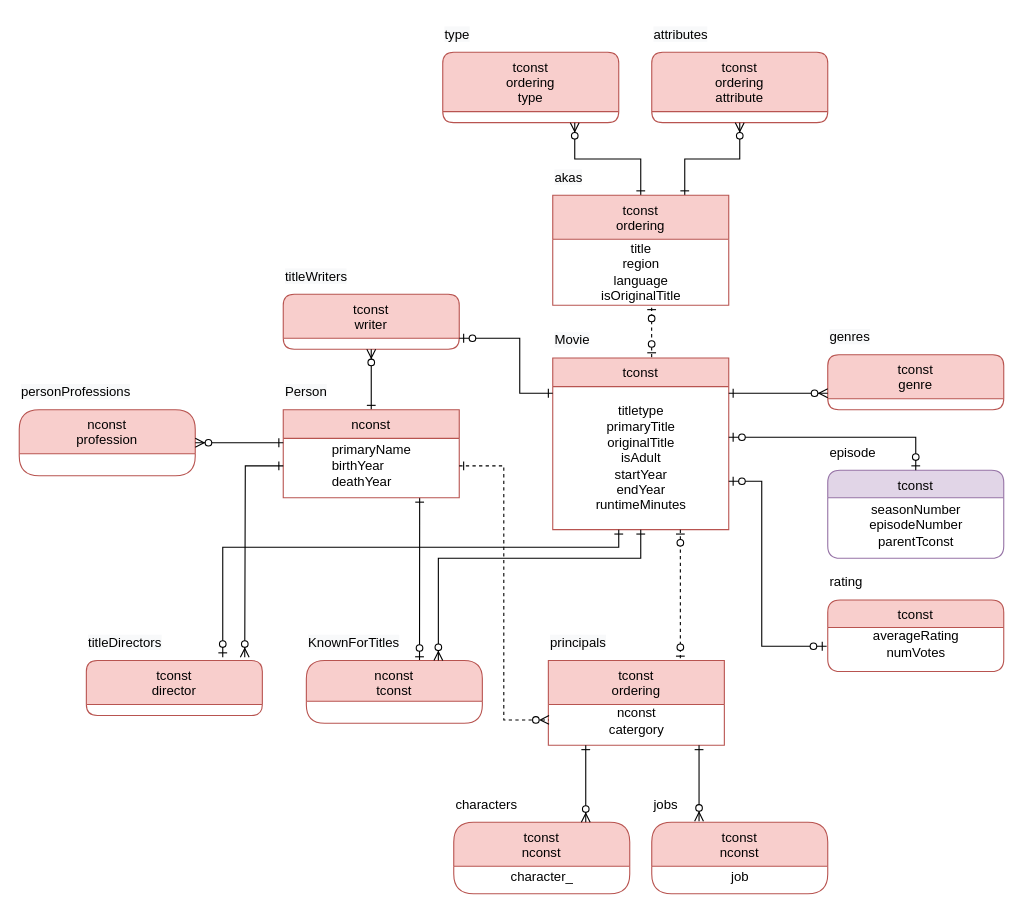
The draw.io diagram db.drawio in inuinseoul/python_mysql-imdb-project, before the edit. Source tidied: cells renumbered, new cells numbered last; positions are measured from the earlier drawing's top-left corner, leaving out a move shared by most shapes. Both pictures are drawn from the tidied source at 110%, with x=0, y=0 at pixel (19, 19).
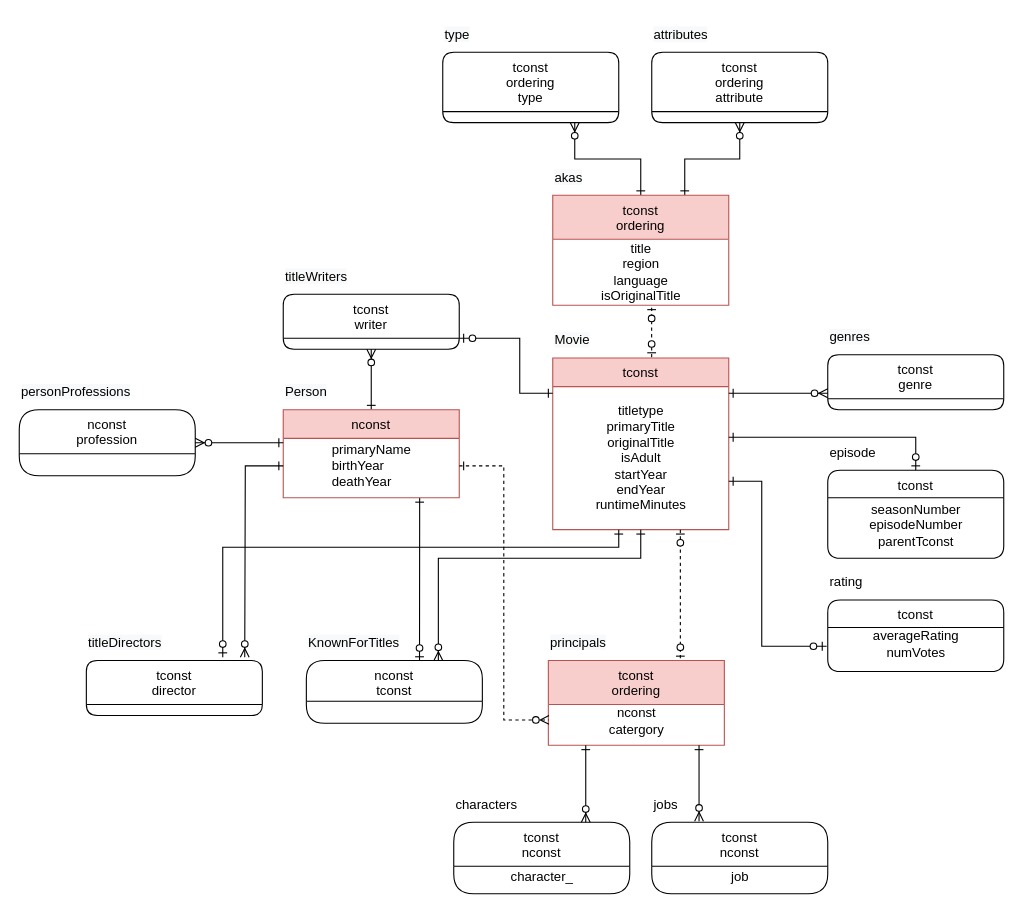
Above is the later version.

The change refers to these unchanged cells:
```xml
<mxCell id="4" value="&lt;span&gt;&lt;br&gt;titletype&lt;/span&gt;&lt;br style=&quot;padding: 0px ; margin: 0px&quot;&gt;&lt;span&gt;primaryTitle&lt;/span&gt;&lt;br style=&quot;padding: 0px ; margin: 0px&quot;&gt;&lt;span&gt;originalTitle&lt;/span&gt;&lt;br style=&quot;padding: 0px ; margin: 0px&quot;&gt;&lt;span&gt;isAdult&lt;/span&gt;&lt;br style=&quot;padding: 0px ; margin: 0px&quot;&gt;&lt;span&gt;startYear&lt;/span&gt;&lt;br style=&quot;padding: 0px ; margin: 0px&quot;&gt;&lt;span&gt;endYear&lt;/span&gt;&lt;br style=&quot;padding: 0px ; margin: 0px&quot;&gt;&lt;span&gt;runtimeMinutes&lt;br&gt;&lt;/span&gt;&lt;div&gt;&lt;br&gt;&lt;/div&gt;" style="text;html=1;align=center;verticalAlign=middle;points=[];strokeColor=none;" parent="3" vertex="1">
  <mxGeometry y="26" width="160" height="130" as="geometry" />
</mxCell>
```

What changed in the source:
```diff
@@
-    <mxCell id="6" value="tconst&#10;genre" style="swimlane;fontStyle=0;align=center;verticalAlign=top;horizontal=1;startSize=40;rounded=1;shadow=0;strokeWidth=1;fillColor=#f8cecc;strokeColor=#b85450;" parent="1" vertex="1">
+    <mxCell id="6" value="tconst&#10;genre" style="swimlane;fontStyle=0;align=center;verticalAlign=top;horizontal=1;startSize=40;rounded=1;shadow=0;strokeWidth=1;" parent="1" vertex="1">
       <mxGeometry x="735" y="305" width="160" height="50" as="geometry" />
     </mxCell>
@@
-    <mxCell id="9" value="tconst&#10;ordering&#10;attribute" style="swimlane;fontStyle=0;align=center;verticalAlign=top;horizontal=1;startSize=54;rounded=1;shadow=0;strokeWidth=1;fillColor=#f8cecc;strokeColor=#b85450;" parent="1" vertex="1">
+    <mxCell id="9" value="tconst&#10;ordering&#10;attribute" style="swimlane;fontStyle=0;align=center;verticalAlign=top;horizontal=1;startSize=54;rounded=1;shadow=0;strokeWidth=1;" parent="1" vertex="1">
       <mxGeometry x="575" y="30" width="160" height="64" as="geometry" />
     </mxCell>
@@
-    <mxCell id="11" value="tconst&#10;ordering&#10;type" style="swimlane;fontStyle=0;align=center;verticalAlign=top;horizontal=1;startSize=54;rounded=1;shadow=0;strokeWidth=1;fillColor=#f8cecc;strokeColor=#b85450;" parent="1" vertex="1">
+    <mxCell id="11" value="tconst&#10;ordering&#10;type" style="swimlane;fontStyle=0;align=center;verticalAlign=top;horizontal=1;startSize=54;rounded=1;shadow=0;strokeWidth=1;" parent="1" vertex="1">
       <mxGeometry x="385" y="30" width="160" height="64" as="geometry" />
     </mxCell>
-    <mxCell id="12" value="tconst&#10;director" style="swimlane;fontStyle=0;align=center;verticalAlign=top;horizontal=1;startSize=40;rounded=1;shadow=0;strokeWidth=1;fillColor=#f8cecc;strokeColor=#b85450;" parent="1" vertex="1">
+    <mxCell id="12" value="tconst&#10;director" style="swimlane;fontStyle=0;align=center;verticalAlign=top;horizontal=1;startSize=40;rounded=1;shadow=0;strokeWidth=1;" parent="1" vertex="1">
       <mxGeometry x="61" y="583" width="160" height="50" as="geometry" />
     </mxCell>
@@
-    <mxCell id="14" value="tconst&#10;writer" style="swimlane;fontStyle=0;align=center;verticalAlign=top;horizontal=1;startSize=40;rounded=1;shadow=0;strokeWidth=1;fillColor=#f8cecc;strokeColor=#b85450;" parent="1" vertex="1">
+    <mxCell id="14" value="tconst&#10;writer" style="swimlane;fontStyle=0;align=center;verticalAlign=top;horizontal=1;startSize=40;rounded=1;shadow=0;strokeWidth=1;" parent="1" vertex="1">
       <mxGeometry x="240" y="250" width="160" height="50" as="geometry" />
     </mxCell>
@@
-    <mxCell id="29" value="nconst&#10;tconst" style="swimlane;fontStyle=0;align=center;verticalAlign=top;horizontal=1;startSize=37;rounded=1;shadow=0;strokeWidth=1;fillColor=#f8cecc;strokeColor=#b85450;" parent="1" vertex="1">
+    <mxCell id="29" value="nconst&#10;tconst" style="swimlane;fontStyle=0;align=center;verticalAlign=top;horizontal=1;startSize=37;rounded=1;shadow=0;strokeWidth=1;" parent="1" vertex="1">
       <mxGeometry x="261" y="583" width="160" height="57" as="geometry" />
     </mxCell>
@@
-    <mxCell id="32" value="nconst&#10;profession&#10;" style="swimlane;fontStyle=0;align=center;verticalAlign=top;horizontal=1;startSize=40;rounded=1;shadow=0;strokeWidth=1;fillColor=#f8cecc;strokeColor=#b85450;" parent="1" vertex="1">
+    <mxCell id="32" value="nconst&#10;profession&#10;" style="swimlane;fontStyle=0;align=center;verticalAlign=top;horizontal=1;startSize=40;rounded=1;shadow=0;strokeWidth=1;" parent="1" vertex="1">
       <mxGeometry y="355" width="160" height="60" as="geometry" />
     </mxCell>
@@
-    <mxCell id="43" value="tconst" style="swimlane;fontStyle=0;align=center;verticalAlign=top;horizontal=1;startSize=25;rounded=1;shadow=0;strokeWidth=1;fillColor=#e1d5e7;strokeColor=#9673a6;" parent="1" vertex="1">
+    <mxCell id="43" value="tconst" style="swimlane;fontStyle=0;align=center;verticalAlign=top;horizontal=1;startSize=25;rounded=1;shadow=0;strokeWidth=1;" parent="1" vertex="1">
       <mxGeometry x="735" y="410" width="160" height="80" as="geometry" />
     </mxCell>
@@
-    <mxCell id="47" value="tconst" style="swimlane;fontStyle=0;align=center;verticalAlign=top;horizontal=1;startSize=25;rounded=1;shadow=0;strokeWidth=1;fillColor=#f8cecc;strokeColor=#b85450;" parent="1" vertex="1">
+    <mxCell id="47" value="tconst" style="swimlane;fontStyle=0;align=center;verticalAlign=top;horizontal=1;startSize=25;rounded=1;shadow=0;strokeWidth=1;" parent="1" vertex="1">
       <mxGeometry x="735" y="528" width="160" height="65" as="geometry" />
     </mxCell>
@@
-    <mxCell id="49" style="edgeStyle=orthogonalEdgeStyle;rounded=0;jettySize=auto;html=1;entryX=0.5;entryY=0;entryDx=0;entryDy=0;endArrow=ERzeroToOne;endFill=1;startArrow=ERzeroToOne;startFill=1;" parent="1" edge="1" source="4" target="43">
+    <mxCell id="49" style="edgeStyle=orthogonalEdgeStyle;rounded=0;jettySize=auto;html=1;entryX=0.5;entryY=0;entryDx=0;entryDy=0;endArrow=ERzeroToOne;endFill=1;startArrow=ERone;startFill=0;" parent="1" edge="1" source="4" target="43">
       <mxGeometry relative="1" as="geometry">
         <Array as="points">
           <mxPoint x="815" y="380" />
         </Array>
       </mxGeometry>
     </mxCell>
-    <mxCell id="50" style="edgeStyle=orthogonalEdgeStyle;rounded=0;jettySize=auto;html=1;startArrow=ERzeroToOne;startFill=1;endArrow=ERzeroToOne;endFill=1;" parent="1" edge="1" source="4">
+    <mxCell id="50" style="edgeStyle=orthogonalEdgeStyle;rounded=0;jettySize=auto;html=1;startArrow=ERone;startFill=0;endArrow=ERzeroToOne;endFill=1;" parent="1" edge="1" source="4">
       <mxGeometry relative="1" as="geometry">
         <mxPoint x="734" y="570" as="targetPoint" />
         <Array as="points">
           <mxPoint x="675" y="420" />
           <mxPoint x="675" y="570" />
         </Array>
       </mxGeometry>
     </mxCell>
@@
-    <mxCell id="52" value="tconst&#10;nconst" style="swimlane;fontStyle=0;align=center;verticalAlign=top;horizontal=1;startSize=40;rounded=1;shadow=0;strokeWidth=1;fillColor=#f8cecc;strokeColor=#b85450;" parent="1" vertex="1">
+    <mxCell id="52" value="tconst&#10;nconst" style="swimlane;fontStyle=0;align=center;verticalAlign=top;horizontal=1;startSize=40;rounded=1;shadow=0;strokeWidth=1;" parent="1" vertex="1">
       <mxGeometry x="395" y="730" width="160" height="65" as="geometry" />
     </mxCell>
@@
-    <mxCell id="55" value="tconst&#10;nconst" style="swimlane;fontStyle=0;align=center;verticalAlign=top;horizontal=1;startSize=40;rounded=1;shadow=0;strokeWidth=1;fillColor=#f8cecc;strokeColor=#b85450;" parent="1" vertex="1">
+    <mxCell id="55" value="tconst&#10;nconst" style="swimlane;fontStyle=0;align=center;verticalAlign=top;horizontal=1;startSize=40;rounded=1;shadow=0;strokeWidth=1;" parent="1" vertex="1">
       <mxGeometry x="575" y="730" width="160" height="65" as="geometry" />
     </mxCell>
```
